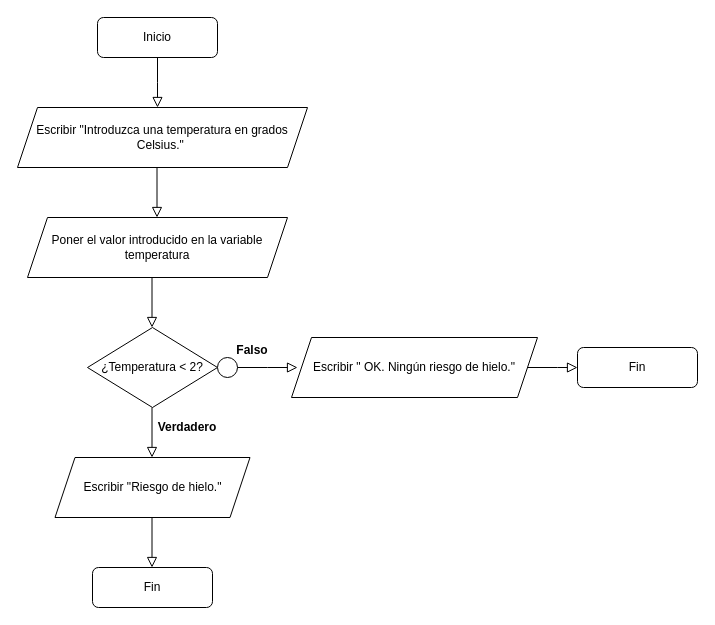
Before: Diagramas de flujo/Tiempo.drawio in Fmejias03/LosCondicionales, a draw.io diagram. Source tidied: cells renumbered, new cells numbered last; positions are measured from the earlier drawing's top-left corner, leaving out a move shared by most shapes. Both pictures are drawn from the tidied source at 100%, with x=0, y=0 at pixel (17, 17).
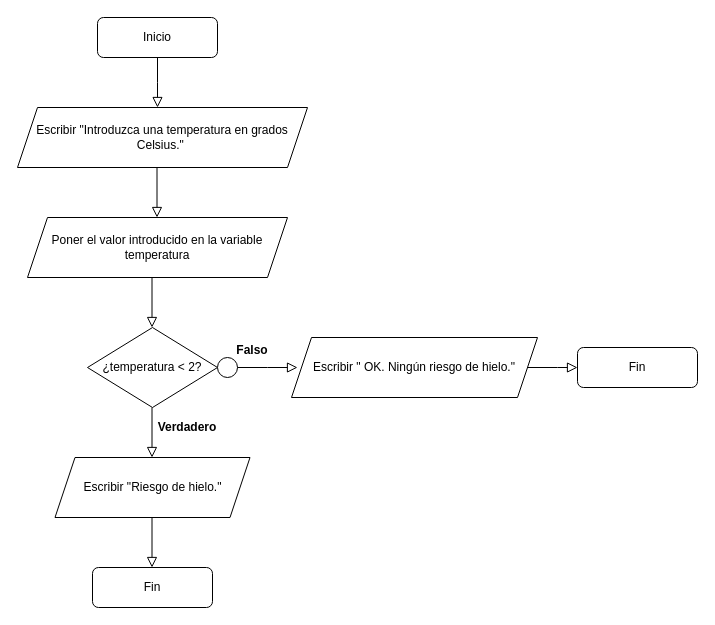
The same diagram, later.

Diff of the diagram source:
```diff
@@
-    <mxCell id="9" value="¿Temperatura &amp;lt; 2?" style="rhombus;whiteSpace=wrap;html=1;" parent="1" vertex="1">
+    <mxCell id="9" value="¿temperatura &amp;lt; 2?" style="rhombus;whiteSpace=wrap;html=1;" parent="1" vertex="1">
       <mxGeometry x="70" y="310" width="130" height="80" as="geometry" />
     </mxCell>
```
